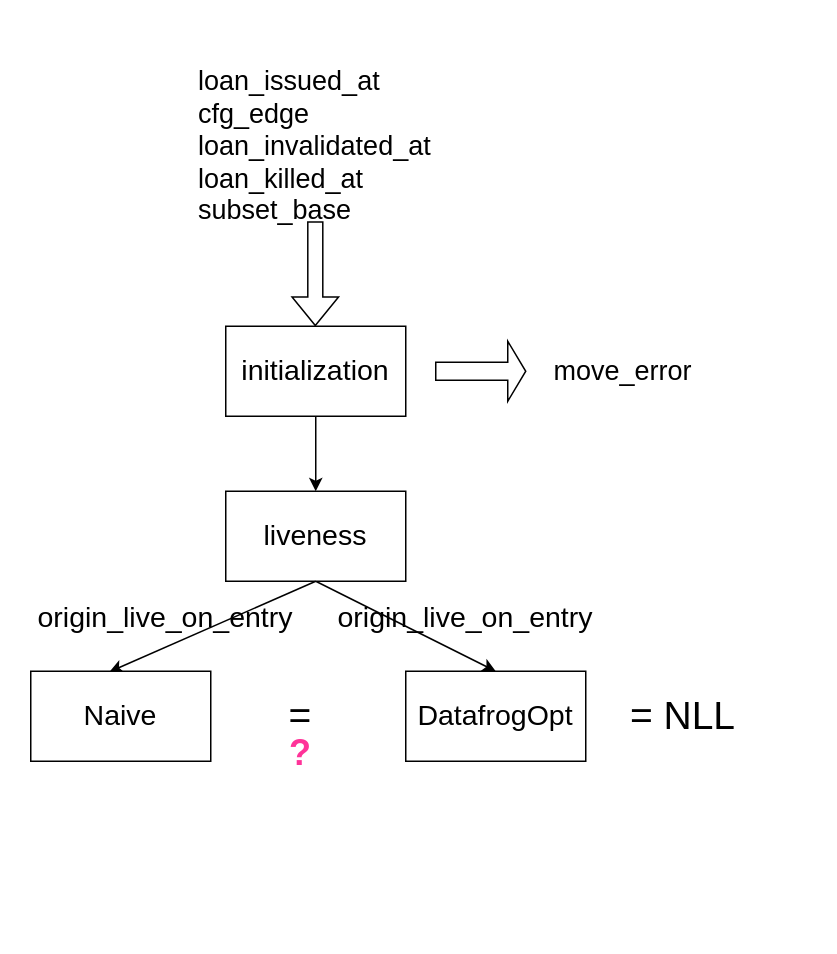
lengyijun/polonius-proof keeps this draw.io diagram as presentation/liveness.drawio. Above is the earlier version. Source tidied: cells renumbered, new cells numbered last; positions are measured from the earlier drawing's top-left corner, leaving out a move shared by most shapes. Both pictures are drawn from the tidied source at 150%, with x=0, y=0 at pixel (30, 56).
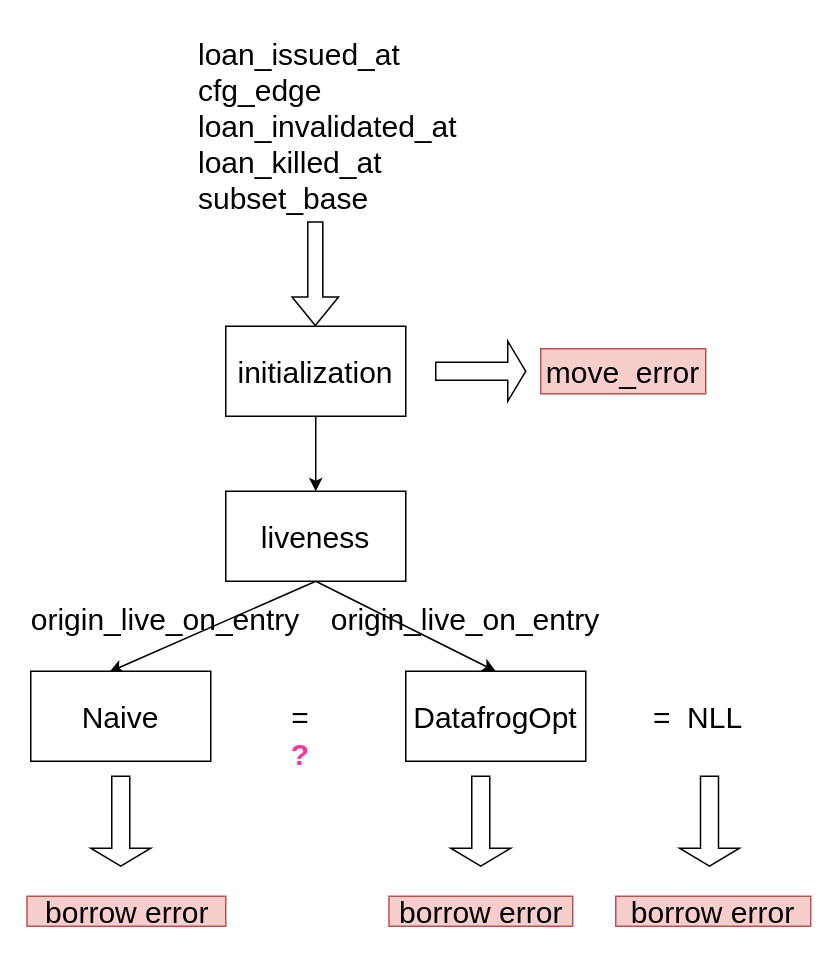
Above is the later version.

The edit, as a diff of the source:
```diff
@@
-    <mxCell id="2" style="edgeStyle=none;rounded=0;jettySize=auto;html=1;exitX=0.5;exitY=1;exitDx=0;exitDy=0;entryX=0.5;entryY=0;entryDx=0;entryDy=0;fontSize=19;" parent="1" edge="1" source="3" target="6">
+    <mxCell id="2" style="edgeStyle=none;rounded=0;jettySize=auto;html=1;exitX=0.5;exitY=1;exitDx=0;exitDy=0;entryX=0.5;entryY=0;entryDx=0;entryDy=0;fontSize=20;" parent="1" edge="1" source="3" target="6">
       <mxGeometry relative="1" as="geometry" />
     </mxCell>
-    <mxCell id="3" style="rounded=0;whiteSpace=wrap;html=1;" parent="1" vertex="1">
+    <mxCell id="3" style="rounded=0;whiteSpace=wrap;html=1;fontSize=20;" parent="1" vertex="1">
       <mxGeometry x="130" y="180" width="120" height="60" as="geometry" />
     </mxCell>
-    <mxCell id="4" value="initialization" style="text;html=1;strokeColor=none;fillColor=none;align=center;verticalAlign=middle;whiteSpace=wrap;rounded=0;fontSize=19;" parent="1" vertex="1">
+    <mxCell id="4" value="initialization" style="text;html=1;strokeColor=none;fillColor=none;align=center;verticalAlign=middle;whiteSpace=wrap;rounded=0;fontSize=20;" parent="1" vertex="1">
       <mxGeometry x="145" y="192.5" width="90" height="35" as="geometry" />
     </mxCell>
-    <mxCell id="5" style="edgeStyle=none;rounded=0;jettySize=auto;html=1;exitX=0.5;exitY=1;exitDx=0;exitDy=0;entryX=0.5;entryY=0;entryDx=0;entryDy=0;fontSize=19;" parent="1" edge="1" source="6" target="10">
+    <mxCell id="5" style="edgeStyle=none;rounded=0;jettySize=auto;html=1;exitX=0.5;exitY=1;exitDx=0;exitDy=0;entryX=0.5;entryY=0;entryDx=0;entryDy=0;fontSize=20;" parent="1" edge="1" source="6" target="10">
       <mxGeometry relative="1" as="geometry" />
     </mxCell>
-    <mxCell id="6" style="rounded=0;whiteSpace=wrap;html=1;fontSize=19;" parent="1" vertex="1">
+    <mxCell id="6" style="rounded=0;whiteSpace=wrap;html=1;fontSize=20;" parent="1" vertex="1">
       <mxGeometry x="130" y="290" width="120" height="60" as="geometry" />
     </mxCell>
-    <mxCell id="7" style="edgeStyle=none;rounded=0;jettySize=auto;html=1;entryX=0.437;entryY=0.007;entryDx=0;entryDy=0;entryPerimeter=0;fontSize=19;exitX=0.5;exitY=1;exitDx=0;exitDy=0;" parent="1" edge="1" source="6" target="9">
+    <mxCell id="7" style="edgeStyle=none;rounded=0;jettySize=auto;html=1;entryX=0.437;entryY=0.007;entryDx=0;entryDy=0;entryPerimeter=0;fontSize=20;exitX=0.5;exitY=1;exitDx=0;exitDy=0;" parent="1" edge="1" source="6" target="9">
       <mxGeometry relative="1" as="geometry" />
     </mxCell>
-    <mxCell id="8" value="liveness" style="text;html=1;strokeColor=none;fillColor=none;align=center;verticalAlign=middle;whiteSpace=wrap;rounded=0;fontSize=19;" parent="1" vertex="1">
+    <mxCell id="8" value="liveness" style="text;html=1;strokeColor=none;fillColor=none;align=center;verticalAlign=middle;whiteSpace=wrap;rounded=0;fontSize=20;" parent="1" vertex="1">
       <mxGeometry x="160" y="305" width="60" height="30" as="geometry" />
     </mxCell>
-    <mxCell id="9" value="Naive" style="rounded=0;whiteSpace=wrap;html=1;fontSize=19;" parent="1" vertex="1">
+    <mxCell id="9" value="Naive" style="rounded=0;whiteSpace=wrap;html=1;fontSize=20;" parent="1" vertex="1">
       <mxGeometry y="410" width="120" height="60" as="geometry" />
     </mxCell>
-    <mxCell id="10" value="DatafrogOpt" style="rounded=0;whiteSpace=wrap;html=1;fontSize=19;" parent="1" vertex="1">
+    <mxCell id="10" value="DatafrogOpt" style="rounded=0;whiteSpace=wrap;html=1;fontSize=20;" parent="1" vertex="1">
       <mxGeometry x="250" y="410" width="120" height="60" as="geometry" />
     </mxCell>
-    <mxCell id="11" value="origin_live_on_entry" style="text;html=1;strokeColor=none;fillColor=none;align=center;verticalAlign=middle;whiteSpace=wrap;rounded=0;fontSize=19;" parent="1" vertex="1">
+    <mxCell id="11" value="origin_live_on_entry" style="text;html=1;strokeColor=none;fillColor=none;align=center;verticalAlign=middle;whiteSpace=wrap;rounded=0;fontSize=20;" parent="1" vertex="1">
       <mxGeometry x="60" y="360" width="60" height="30" as="geometry" />
     </mxCell>
-    <mxCell id="12" value="origin_live_on_entry" style="text;html=1;strokeColor=none;fillColor=none;align=center;verticalAlign=middle;whiteSpace=wrap;rounded=0;fontSize=19;" parent="1" vertex="1">
+    <mxCell id="12" value="origin_live_on_entry" style="text;html=1;strokeColor=none;fillColor=none;align=center;verticalAlign=middle;whiteSpace=wrap;rounded=0;fontSize=20;" parent="1" vertex="1">
       <mxGeometry x="260" y="360" width="60" height="30" as="geometry" />
     </mxCell>
-    <mxCell id="13" value="loan_issued_at&lt;br&gt;cfg_edge&lt;br&gt;loan_invalidated_at&amp;nbsp;&lt;br&gt;loan_killed_at&lt;br&gt;subset_base" style="text;whiteSpace=wrap;html=1;fontSize=18;" parent="1" vertex="1">
-      <mxGeometry x="110" width="230" height="120" as="geometry" />
+    <mxCell id="13" value="loan_issued_at&lt;br style=&quot;font-size: 20px;&quot;&gt;cfg_edge&lt;br style=&quot;font-size: 20px;&quot;&gt;loan_invalidated_at&amp;nbsp;&lt;br style=&quot;font-size: 20px;&quot;&gt;loan_killed_at&lt;br style=&quot;font-size: 20px;&quot;&gt;subset_base" style="text;whiteSpace=wrap;html=1;fontSize=20;" parent="1" vertex="1">
+      <mxGeometry x="110" y="-20" width="230" height="120" as="geometry" />
     </mxCell>
-    <mxCell id="14" style="shape=flexArrow;endArrow=classic;html=1;rounded=0;fontSize=18;edgeStyle=orthogonalEdgeStyle;" parent="1" edge="1">
+    <mxCell id="14" style="shape=flexArrow;endArrow=classic;html=1;rounded=0;fontSize=20;edgeStyle=orthogonalEdgeStyle;" parent="1" edge="1">
       <mxGeometry relative="1" as="geometry">
         <mxPoint x="189.7" y="110" as="sourcePoint" />
         <mxPoint x="189.7" y="180" as="targetPoint" />
       </mxGeometry>
     </mxCell>
-    <mxCell id="15" value="=" style="text;html=1;strokeColor=none;fillColor=none;align=center;verticalAlign=middle;whiteSpace=wrap;rounded=0;fontSize=26;" parent="1" vertex="1">
+    <mxCell id="15" value="=" style="text;html=1;strokeColor=none;fillColor=none;align=center;verticalAlign=middle;whiteSpace=wrap;rounded=0;fontSize=20;" parent="1" vertex="1">
       <mxGeometry x="150" y="425" width="60" height="30" as="geometry" />
     </mxCell>
-    <mxCell id="16" value="= NLL" style="text;html=1;strokeColor=none;fillColor=none;align=center;verticalAlign=middle;whiteSpace=wrap;rounded=0;fontSize=26;" parent="1" vertex="1">
-      <mxGeometry x="380" y="425" width="110" height="30" as="geometry" />
+    <mxCell id="16" value="=&amp;nbsp; NLL" style="text;html=1;strokeColor=none;fillColor=none;align=center;verticalAlign=middle;whiteSpace=wrap;rounded=0;fontSize=20;" parent="1" vertex="1">
+      <mxGeometry x="390" y="425" width="110" height="30" as="geometry" />
     </mxCell>
-    <mxCell id="17" value="?" style="text;html=1;strokeColor=none;fillColor=none;align=center;verticalAlign=middle;whiteSpace=wrap;rounded=0;fontSize=24;fontStyle=1;fontColor=#FF3399;" parent="1" vertex="1">
+    <mxCell id="17" value="?" style="text;html=1;strokeColor=none;fillColor=none;align=center;verticalAlign=middle;whiteSpace=wrap;rounded=0;fontSize=20;fontStyle=1;fontColor=#FF3399;" parent="1" vertex="1">
       <mxGeometry x="150" y="450" width="60" height="30" as="geometry" />
     </mxCell>
-    <mxCell id="18" style="shape=singleArrow;whiteSpace=wrap;html=1;" parent="1" vertex="1">
+    <mxCell id="18" style="shape=singleArrow;whiteSpace=wrap;html=1;fontSize=20;" parent="1" vertex="1">
       <mxGeometry x="270" y="190" width="60" height="40" as="geometry" />
     </mxCell>
-    <mxCell id="19" value="move_error" style="text;html=1;strokeColor=none;fillColor=none;align=center;verticalAlign=middle;whiteSpace=wrap;rounded=0;fontSize=18;" parent="1" vertex="1">
+    <mxCell id="19" value="move_error" style="text;html=1;strokeColor=#b85450;fillColor=#f8cecc;align=center;verticalAlign=middle;whiteSpace=wrap;rounded=0;fontSize=20;" parent="1" vertex="1">
       <mxGeometry x="340" y="195" width="110" height="30" as="geometry" />
     </mxCell>
+    <mxCell id="20" style="shape=singleArrow;direction=south;whiteSpace=wrap;html=1;fontSize=20;" parent="1" vertex="1">
+      <mxGeometry x="40" y="480" width="40" height="60" as="geometry" />
+    </mxCell>
+    <mxCell id="21" value="borrow error" style="text;html=1;strokeColor=#b85450;fillColor=#f8cecc;align=center;verticalAlign=middle;whiteSpace=wrap;rounded=0;fontSize=20;" parent="1" vertex="1">
+      <mxGeometry x="-2.5" y="560" width="132.5" height="20" as="geometry" />
+    </mxCell>
+    <mxCell id="22" style="shape=singleArrow;direction=south;whiteSpace=wrap;html=1;fontSize=20;" parent="1" vertex="1">
+      <mxGeometry x="280" y="480" width="40" height="60" as="geometry" />
+    </mxCell>
+    <mxCell id="23" value="borrow error" style="text;html=1;strokeColor=#b85450;fillColor=#f8cecc;align=center;verticalAlign=middle;whiteSpace=wrap;rounded=0;fontSize=20;" parent="1" vertex="1">
+      <mxGeometry x="238.8" y="560" width="122.5" height="20" as="geometry" />
+    </mxCell>
+    <mxCell id="24" style="shape=singleArrow;direction=south;whiteSpace=wrap;html=1;fontSize=20;" parent="1" vertex="1">
+      <mxGeometry x="432.5" y="480" width="40" height="60" as="geometry" />
+    </mxCell>
+    <mxCell id="25" value="borrow error" style="text;html=1;strokeColor=#b85450;fillColor=#f8cecc;align=center;verticalAlign=middle;whiteSpace=wrap;rounded=0;fontSize=20;" parent="1" vertex="1">
+      <mxGeometry x="390" y="560" width="130" height="20" as="geometry" />
+    </mxCell>
```
